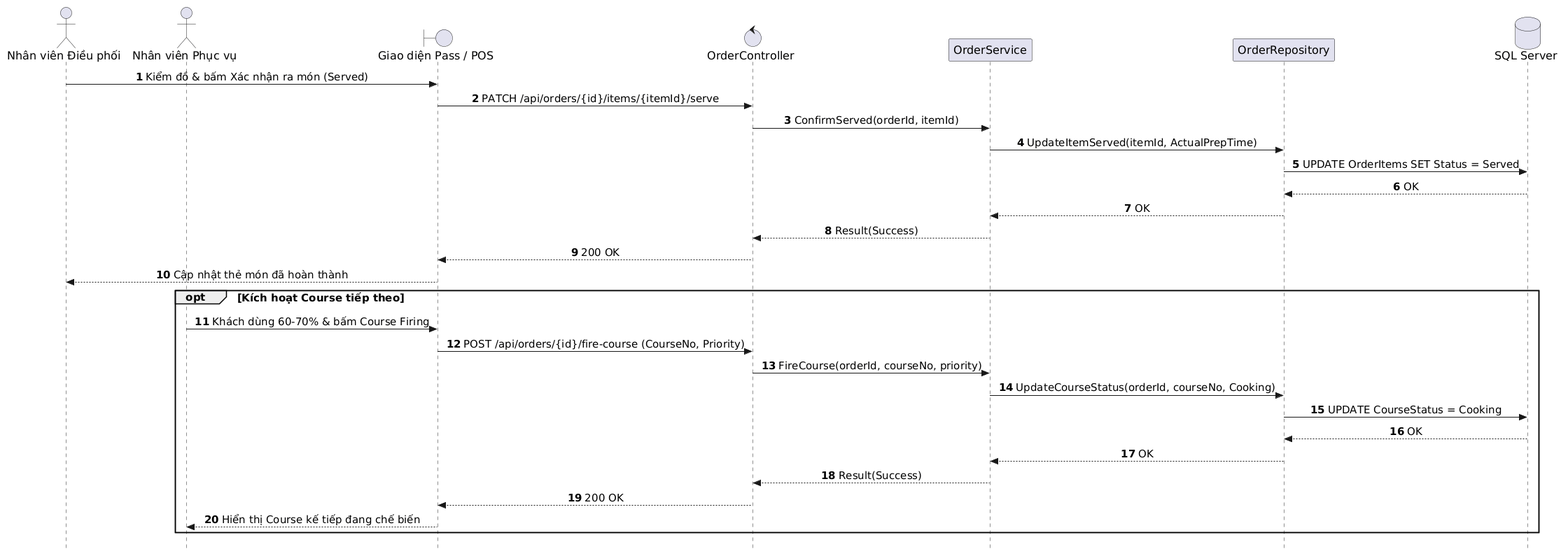
The PlantUML diagram out/docs/puml/sequences/SD_UC_E2_Expediter_Serve_CourseFiring/SD_UC_E2_Expediter_Serve_CourseFiring.png in AndrewQng/VinDining, before a commit.
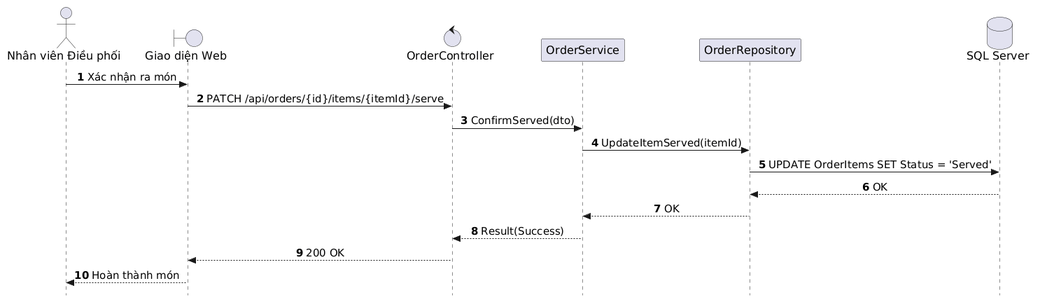
Above is the later version.

What changed in the source:
```diff
@@ -12,34 +12,20 @@
 skinparam sequenceGroupHeaderFontSize 15
 
 actor "Nhân viên Điều phối" as Expediter
-actor "Nhân viên Phục vụ" as Waitstaff
-boundary "Giao diện Pass / POS" as UI
+boundary "Giao diện Web" as UI
 control "OrderController" as Controller
 participant "OrderService" as Service
 participant "OrderRepository" as Repo
 database "SQL Server" as DB
 
-Expediter -> UI: Kiểm đồ & bấm Xác nhận ra món (Served)
+Expediter -> UI: Xác nhận ra món
 UI -> Controller: PATCH /api/orders/{id}/items/{itemId}/serve
-Controller -> Service: ConfirmServed(orderId, itemId)
-Service -> Repo: UpdateItemServed(itemId, ActualPrepTime)
-Repo -> DB: UPDATE OrderItems SET Status = Served
+Controller -> Service: ConfirmServed(dto)
+Service -> Repo: UpdateItemServed(itemId)
+Repo -> DB: UPDATE OrderItems SET Status = 'Served'
 DB --> Repo: OK
 Repo --> Service: OK
 Service --> Controller: Result(Success)
 Controller --> UI: 200 OK
-UI --> Expediter: Cập nhật thẻ món đã hoàn thành
-
-opt Kích hoạt Course tiếp theo
-    Waitstaff -> UI: Khách dùng 60-70% & bấm Course Firing
-    UI -> Controller: POST /api/orders/{id}/fire-course (CourseNo, Priority)
-    Controller -> Service: FireCourse(orderId, courseNo, priority)
-    Service -> Repo: UpdateCourseStatus(orderId, courseNo, Cooking)
-    Repo -> DB: UPDATE CourseStatus = Cooking
-    DB --> Repo: OK
-    Repo --> Service: OK
-    Service --> Controller: Result(Success)
-    Controller --> UI: 200 OK
-    UI --> Waitstaff: Hiển thị Course kế tiếp đang chế biến
-end
+UI --> Expediter: Hoàn thành món
 @enduml
```
